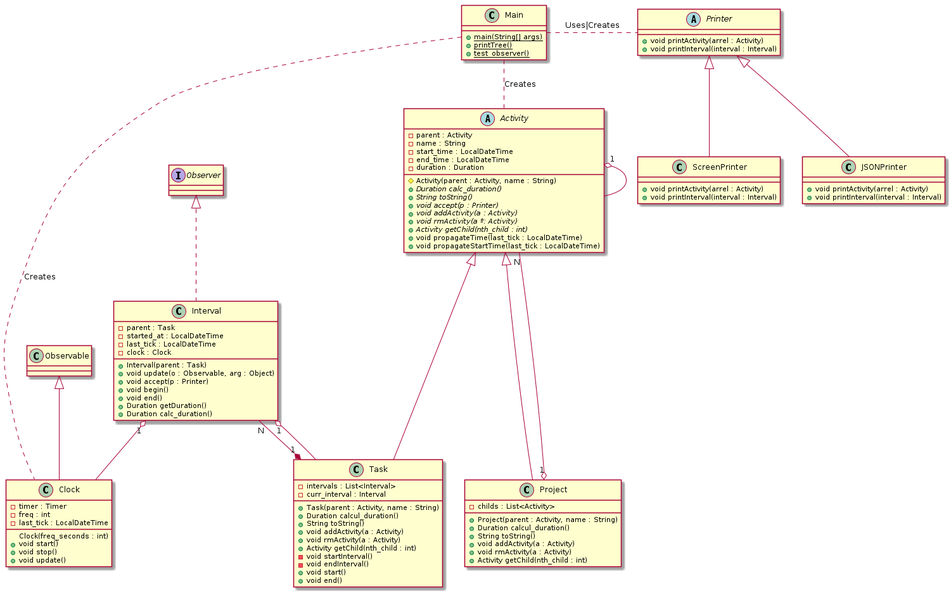
Before: diagrama_classes.png, a diagram exported from PlantUML (Yahao277/TimeTracker).
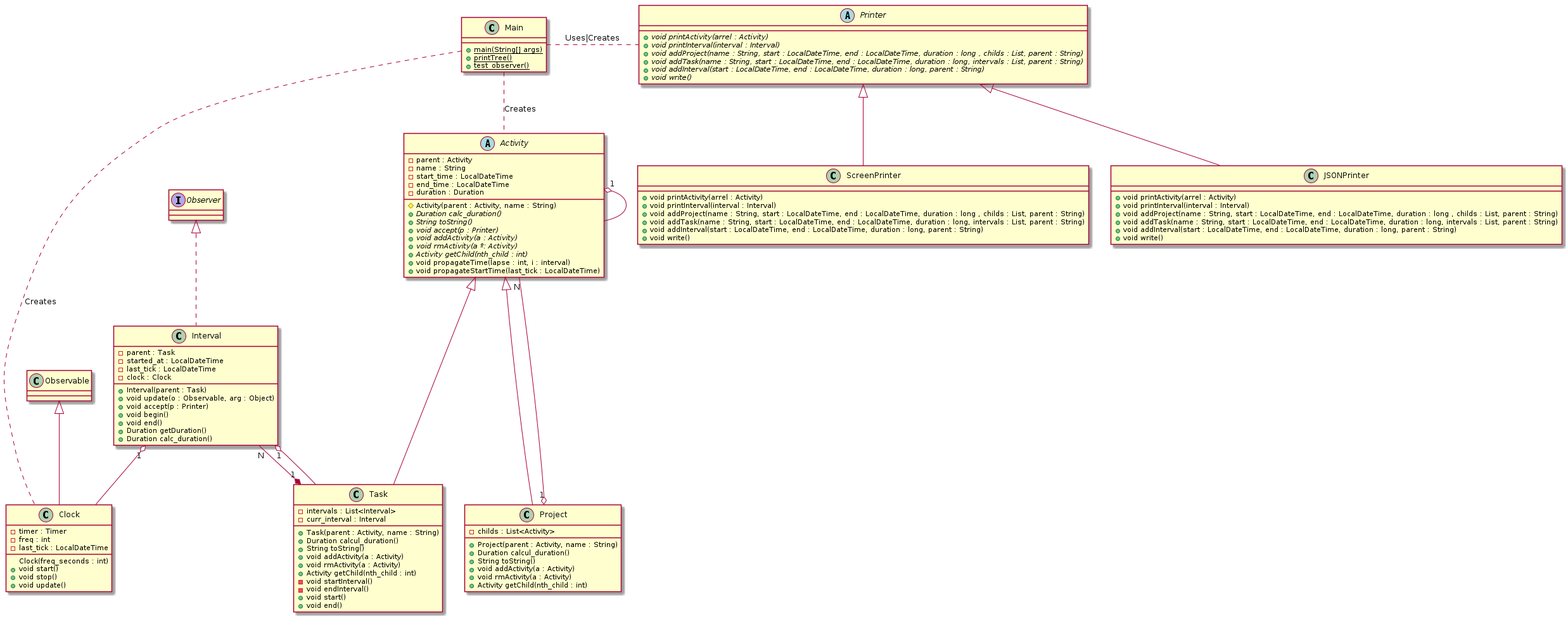
The same file after the commit.

What changed in the source:
```diff
@@ -48,7 +48,7 @@
     {abstract} + void rmActivity(a º: Activity)
     {abstract} + Activity getChild(nth_child : int)
 
-    + void propagateTime(last_tick : LocalDateTime)
+    + void propagateTime(lapse : int, i : interval)
     + void propagateStartTime(last_tick : LocalDateTime)
 }
 
@@ -122,8 +122,13 @@
 
 abstract class Printer {
 
-    + void printActivity(arrel : Activity)
-    + void printInterval(interval : Interval)
+    {abstract} + void printActivity(arrel : Activity)
+    {abstract} + void printInterval(interval : Interval)
+
+    {abstract} + void addProject(name : String, start : LocalDateTime, end : LocalDateTime, duration : long , childs : List, parent : String)
+    {abstract} + void addTask(name : String, start : LocalDateTime, end : LocalDateTime, duration : long, intervals : List, parent : String)
+    {abstract} + void addInterval(start : LocalDateTime, end : LocalDateTime, duration : long, parent : String)
+    {abstract} + void write()
 
 }
 
@@ -131,6 +136,10 @@
 
     + void printActivity(arrel : Activity)
     + void printInterval(interval : Interval)
+    + void addProject(name : String, start : LocalDateTime, end : LocalDateTime, duration : long , childs : List, parent : String)
+    + void addTask(name : String, start : LocalDateTime, end : LocalDateTime, duration : long, intervals : List, parent : String)
+    + void addInterval(start : LocalDateTime, end : LocalDateTime, duration : long, parent : String)
+    + void write()
 }
 
 
@@ -138,6 +147,10 @@
 
     + void printActivity(arrel : Activity)
     + void printInterval(interval : Interval)
+    + void addProject(name : String, start : LocalDateTime, end : LocalDateTime, duration : long , childs : List, parent : String)
+    + void addTask(name : String, start : LocalDateTime, end : LocalDateTime, duration : long, intervals : List, parent : String)
+    + void addInterval(start : LocalDateTime, end : LocalDateTime, duration : long, parent : String)
+    + void write()
 }
 
 
```
